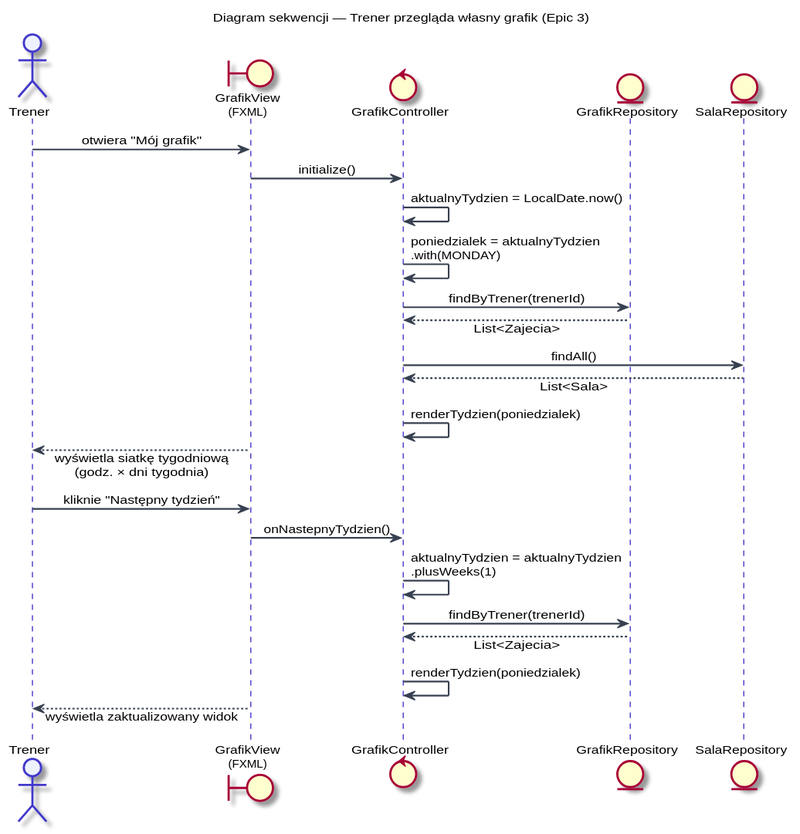
Before: docs/SD_TrenerGrafik.svg, a diagram exported from PlantUML (SliceOf314159/salFit). Its diagram source:
```plantuml
@startuml SD_TrenerGrafik
title Diagram sekwencji — Trener przegląda własny grafik (Epic 3)

skinparam defaultFontName Arial
skinparam defaultFontSize 11
skinparam sequenceMessageAlign center
skinparam responseMessageBelowArrow true

skinparam participant {
  BackgroundColor #EEF2FF
  BorderColor #4338CA
  FontColor #1a1f3c
}
skinparam actor {
  BackgroundColor #EEF2FF
  BorderColor #4338CA
}
skinparam sequence {
  ArrowColor #374151
  ArrowThickness 1.5
  LifeLineBorderColor #4338CA
  LifeLineBackgroundColor #E0E7FF
  DividerBackgroundColor #F0FDF4
  DividerBorderColor #16A34A
}

actor Trener
boundary "GrafikView\n(FXML)" as View
control "GrafikController" as Controller
entity "GrafikRepository" as GrafikRepo
entity "SalaRepository" as SalaRepo

Trener        -> View        : otwiera "Mój grafik"
View          -> Controller  : initialize()
Controller    -> Controller  : aktualnyTydzien = LocalDate.now()
Controller    -> Controller  : poniedzialek = aktualnyTydzien\n.with(MONDAY)

Controller    -> GrafikRepo  : findByTrener(trenerId)
GrafikRepo    --> Controller : List<Zajecia>
Controller    -> SalaRepo    : findAll()
SalaRepo      --> Controller : List<Sala>
Controller    -> Controller  : renderTydzien(poniedzialek)
View          --> Trener     : wyświetla siatkę tygodniową\n(godz. × dni tygodnia)

Trener        -> View        : kliknie "Następny tydzień"
View          -> Controller  : onNastepnyTydzien()
Controller    -> Controller  : aktualnyTydzien = aktualnyTydzien\n.plusWeeks(1)
Controller    -> GrafikRepo  : findByTrener(trenerId)
GrafikRepo    --> Controller : List<Zajecia>
Controller    -> Controller  : renderTydzien(poniedzialek)
View          --> Trener     : wyświetla zaktualizowany widok

@enduml
```
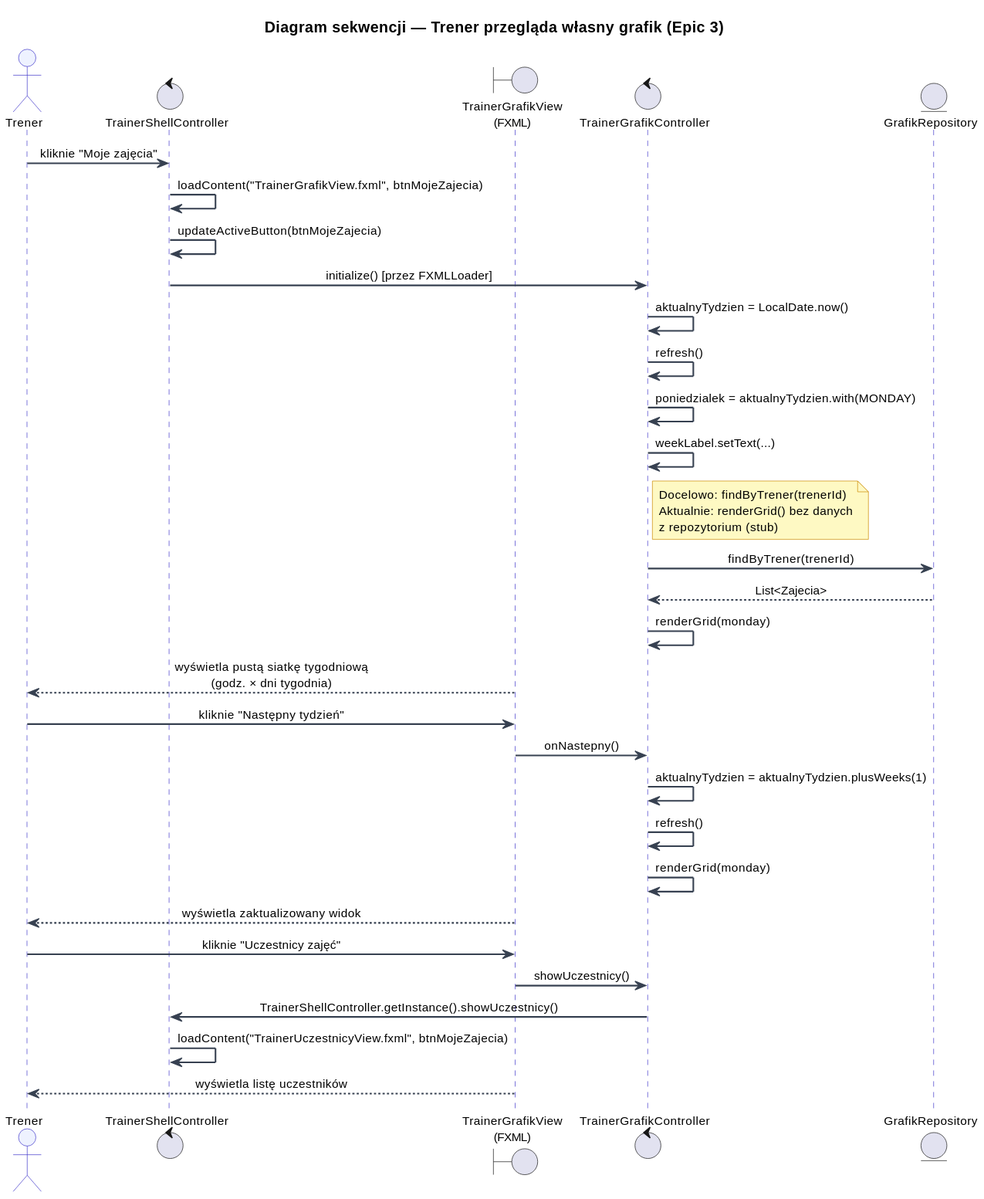
The same diagram one commit later.

What changed in the source:
```diff
@@ -1,4 +1,4 @@
-@startuml SD_TrenerGrafik
+@startuml
 title Diagram sekwencji — Trener przegląda własny grafik (Epic 3)
 
 skinparam defaultFontName Arial
@@ -23,31 +23,47 @@
   DividerBackgroundColor #F0FDF4
   DividerBorderColor #16A34A
 }
+skinparam note {
+  BackgroundColor #FEF9C3
+  BorderColor #CA8A04
+}
 
 actor Trener
-boundary "GrafikView\n(FXML)" as View
-control "GrafikController" as Controller
+control "TrainerShellController" as Shell
+boundary "TrainerGrafikView\n(FXML)" as View
+control "TrainerGrafikController" as Controller
 entity "GrafikRepository" as GrafikRepo
-entity "SalaRepository" as SalaRepo
 
-Trener        -> View        : otwiera "Mój grafik"
-View          -> Controller  : initialize()
-Controller    -> Controller  : aktualnyTydzien = LocalDate.now()
-Controller    -> Controller  : poniedzialek = aktualnyTydzien\n.with(MONDAY)
+Trener     -> Shell      : kliknie "Moje zajęcia"
+Shell      -> Shell      : loadContent("TrainerGrafikView.fxml", btnMojeZajecia)
+Shell      -> Shell      : updateActiveButton(btnMojeZajecia)
+Shell      -> Controller : initialize() [przez FXMLLoader]
+Controller -> Controller : aktualnyTydzien = LocalDate.now()
+Controller -> Controller : refresh()
+Controller -> Controller : poniedzialek = aktualnyTydzien.with(MONDAY)
+Controller -> Controller : weekLabel.setText(...)
 
-Controller    -> GrafikRepo  : findByTrener(trenerId)
-GrafikRepo    --> Controller : List<Zajecia>
-Controller    -> SalaRepo    : findAll()
-SalaRepo      --> Controller : List<Sala>
-Controller    -> Controller  : renderTydzien(poniedzialek)
-View          --> Trener     : wyświetla siatkę tygodniową\n(godz. × dni tygodnia)
+note right of Controller
+  Docelowo: findByTrener(trenerId)
+  Aktualnie: renderGrid() bez danych
+  z repozytorium (stub)
+end note
 
-Trener        -> View        : kliknie "Następny tydzień"
-View          -> Controller  : onNastepnyTydzien()
-Controller    -> Controller  : aktualnyTydzien = aktualnyTydzien\n.plusWeeks(1)
-Controller    -> GrafikRepo  : findByTrener(trenerId)
-GrafikRepo    --> Controller : List<Zajecia>
-Controller    -> Controller  : renderTydzien(poniedzialek)
-View          --> Trener     : wyświetla zaktualizowany widok
+Controller -> GrafikRepo : findByTrener(trenerId)
+GrafikRepo --> Controller : List<Zajecia>
+Controller -> Controller  : renderGrid(monday)
+View       --> Trener     : wyświetla pustą siatkę tygodniową\n(godz. × dni tygodnia)
 
+Trener     -> View        : kliknie "Następny tydzień"
+View       -> Controller  : onNastepny()
+Controller -> Controller  : aktualnyTydzien = aktualnyTydzien.plusWeeks(1)
+Controller -> Controller  : refresh()
+Controller -> Controller  : renderGrid(monday)
+View       --> Trener     : wyświetla zaktualizowany widok
+
+Trener     -> View        : kliknie "Uczestnicy zajęć"
+View       -> Controller  : showUczestnicy()
+Controller -> Shell       : TrainerShellController.getInstance().showUczestnicy()
+Shell      -> Shell       : loadContent("TrainerUczestnicyView.fxml", btnMojeZajecia)
+View       --> Trener     : wyświetla listę uczestników
 @enduml
```
